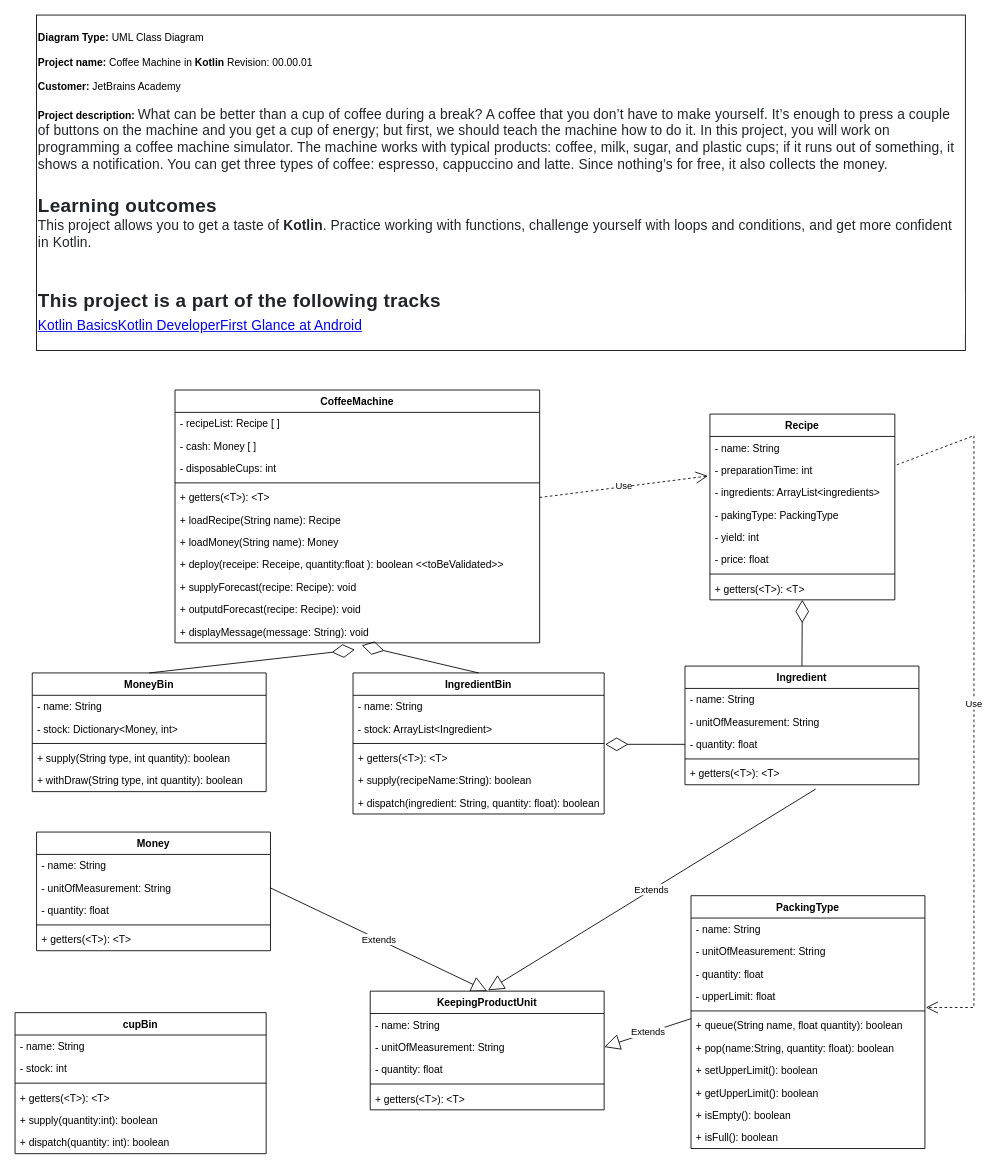
AlbertoVictorRebello/academy.jetbrains.kotlinBasics keeps this draw.io diagram as coffeeMachine/UML/CoffeeMAchineClassDiagram.drawio. Above is the earlier version. Source tidied: cells renumbered, new cells numbered last; positions are measured from the earlier drawing's top-left corner, leaving out a move shared by most shapes. Both pictures are drawn from the tidied source at 86%, with x=0, y=0 at pixel (15, 15).
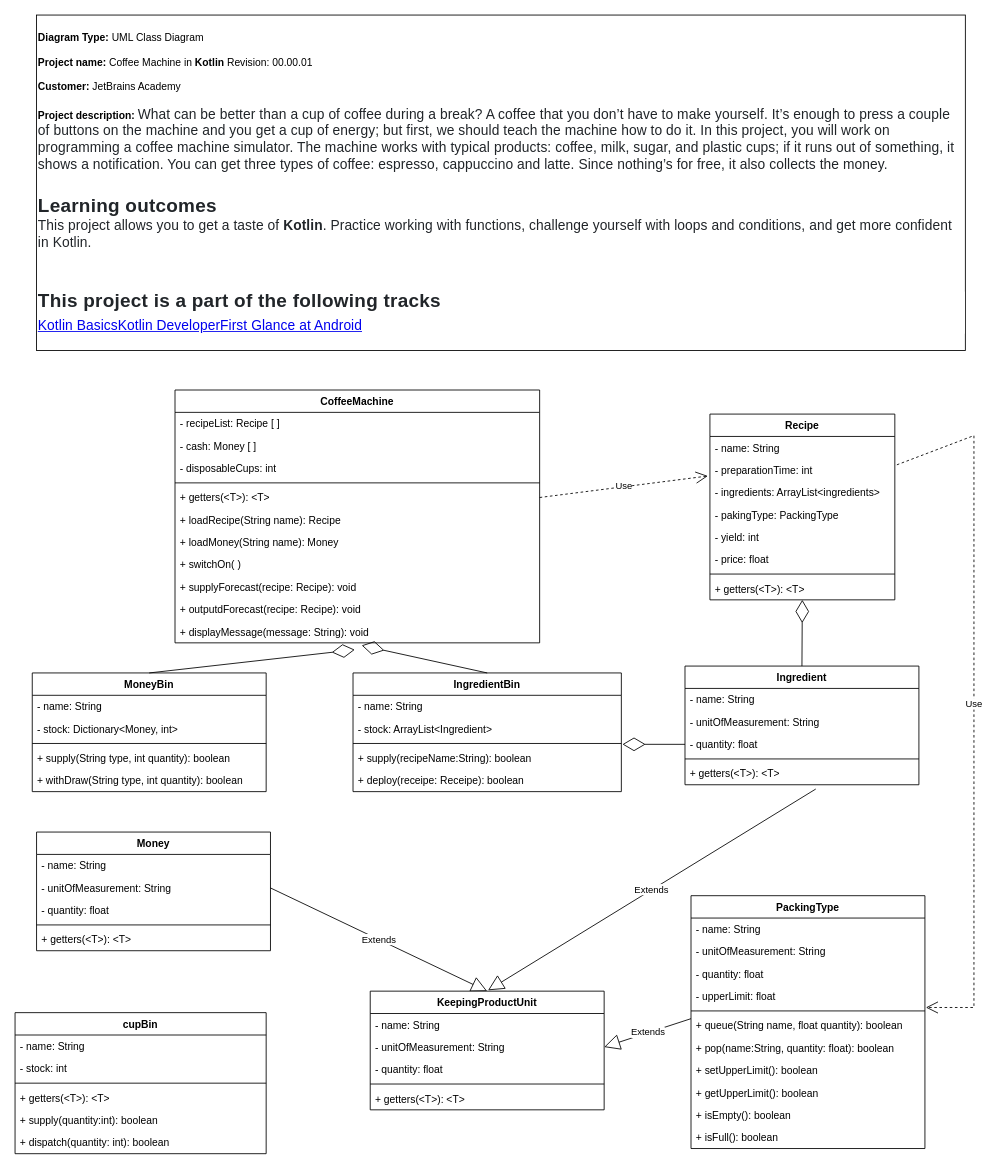
The same diagram, later.

The change refers to these unchanged cells:
```xml
<mxCell id="4" value="CoffeeMachine" style="swimlane;fontStyle=1;align=center;verticalAlign=top;horizontal=1;startSize=26;" parent="1" vertex="1">
  <mxGeometry x="186" y="436" width="424" height="294" as="geometry" />
</mxCell>
```

What changed in the source:
```diff
@@
-    <mxCell id="12" value="+ deploy(receipe: Receipe, quantity:float ): boolean &lt;&lt;toBeValidated&gt;&gt;" style="text;strokeColor=none;fillColor=none;align=left;verticalAlign=top;spacingLeft=4;spacingRight=4;overflow=hidden;" parent="4" vertex="1">
+    <mxCell id="12" value="+ switchOn( )" style="text;strokeColor=none;fillColor=none;align=left;verticalAlign=top;spacingLeft=4;spacingRight=4;overflow=hidden;" parent="4" vertex="1">
       <mxGeometry y="190" width="424" height="26" as="geometry" />
     </mxCell>
@@
     <mxCell id="25" value="IngredientBin" style="swimlane;fontStyle=1;align=center;verticalAlign=top;horizontal=1;startSize=26;" parent="1" vertex="1">
-      <mxGeometry x="393" y="765" width="292" height="164" as="geometry" />
+      <mxGeometry x="393" y="765" width="312" height="138" as="geometry" />
     </mxCell>
     <mxCell id="26" value="- name: String" style="text;strokeColor=none;fillColor=none;align=left;verticalAlign=top;spacingLeft=4;spacingRight=4;overflow=hidden;" parent="25" vertex="1">
-      <mxGeometry y="26" width="292" height="26" as="geometry" />
+      <mxGeometry y="26" width="312" height="26" as="geometry" />
     </mxCell>
     <mxCell id="27" value="- stock: ArrayList&lt;Ingredient&gt;" style="text;strokeColor=none;fillColor=none;align=left;verticalAlign=top;spacingLeft=4;spacingRight=4;overflow=hidden;points=[[0,0.5],[1,0.5]];portConstraint=eastwest;" parent="25" vertex="1">
-      <mxGeometry y="52" width="292" height="26" as="geometry" />
+      <mxGeometry y="52" width="312" height="26" as="geometry" />
     </mxCell>
     <mxCell id="28" style="line;strokeWidth=1;fillColor=none;align=left;verticalAlign=middle;spacingTop=-1;spacingLeft=3;spacingRight=3;labelPosition=right;" parent="25" vertex="1">
-      <mxGeometry y="78" width="292" height="8" as="geometry" />
+      <mxGeometry y="78" width="312" height="8" as="geometry" />
     </mxCell>
-    <mxCell id="29" value="+ getters(&lt;T&gt;): &lt;T&gt;" style="text;strokeColor=none;fillColor=none;align=left;verticalAlign=top;spacingLeft=4;spacingRight=4;overflow=hidden;" parent="25" vertex="1">
-      <mxGeometry y="86" width="292" height="26" as="geometry" />
-    </mxCell>
     <mxCell id="30" value="+ supply(recipeName:String): boolean" style="text;strokeColor=none;fillColor=none;align=left;verticalAlign=top;spacingLeft=4;spacingRight=4;overflow=hidden;" parent="25" vertex="1">
-      <mxGeometry y="112" width="292" height="26" as="geometry" />
+      <mxGeometry y="86" width="312" height="26" as="geometry" />
     </mxCell>
-    <mxCell id="31" value="+ dispatch(ingredient: String, quantity: float): boolean" style="text;strokeColor=none;fillColor=none;align=left;verticalAlign=top;spacingLeft=4;spacingRight=4;overflow=hidden;" parent="25" vertex="1">
-      <mxGeometry y="138" width="292" height="26" as="geometry" />
-    </mxCell>
+    <mxCell id="83" value="+ deploy(receipe: Receipe): boolean" style="text;strokeColor=none;fillColor=none;align=left;verticalAlign=top;spacingLeft=4;spacingRight=4;overflow=hidden;" parent="25" vertex="1">
+      <mxGeometry y="112" width="312" height="26" as="geometry" />
+    </mxCell>
```
